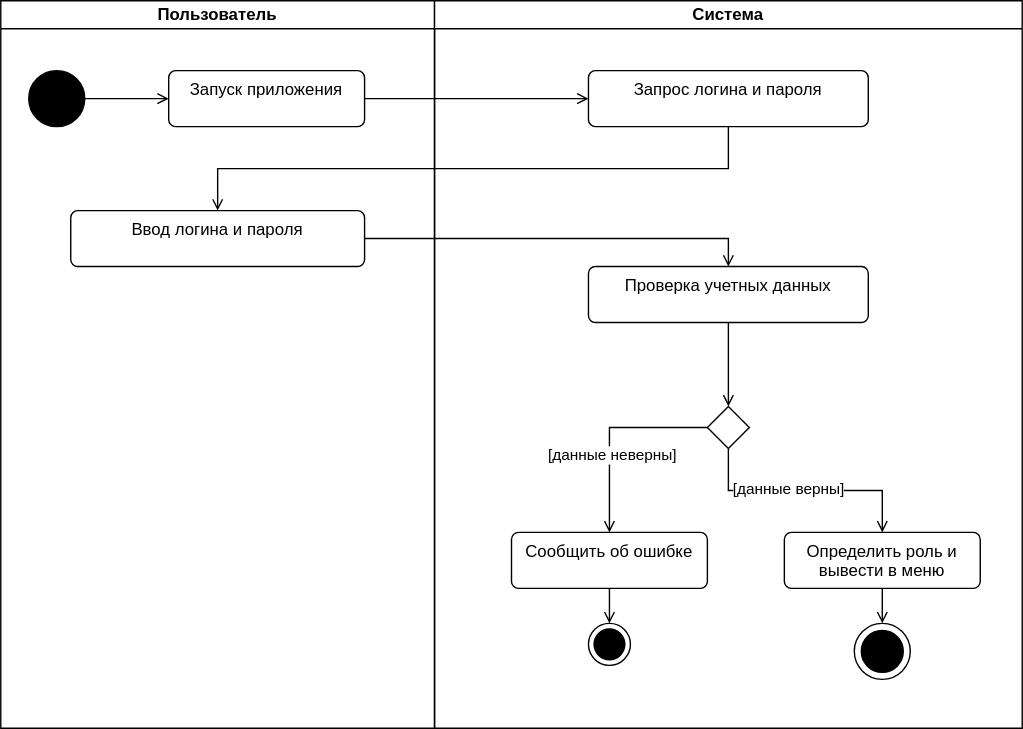
Above: blob/main/img/Sign in.drawio.svg in cin-tie/tpmp-lab4-uml (draw.io), before the change. Source tidied: cells renumbered, new cells last; positions are measured from the earlier drawing's top-left corner, leaving out a move shared by most shapes. The source it was exported from:
```xml
<mxGraphModel>
  <root>
    <mxCell id="0" />
    <mxCell id="1" parent="0" />
    <mxCell id="2" value="Пользователь" style="swimlane;startSize=20;whiteSpace=wrap;html=1;" parent="1" vertex="1">
      <mxGeometry width="310" height="520" as="geometry" />
    </mxCell>
    <mxCell id="3" style="shape=ellipse;html=1;fillColor=strokeColor;fontSize=18;fontColor=#ffffff;" parent="2" vertex="1">
      <mxGeometry x="20" y="50" width="40" height="40" as="geometry" />
    </mxCell>
    <mxCell id="4" value="Запуск приложения" style="html=1;align=center;verticalAlign=top;rounded=1;absoluteArcSize=1;arcSize=10;dashed=0;whiteSpace=wrap;" parent="2" vertex="1">
      <mxGeometry x="120" y="50" width="140" height="40" as="geometry" />
    </mxCell>
    <mxCell id="5" value="Ввод логина и пароля" style="html=1;align=center;verticalAlign=top;rounded=1;absoluteArcSize=1;arcSize=10;dashed=0;whiteSpace=wrap;" parent="2" vertex="1">
      <mxGeometry x="50" y="150" width="210" height="40" as="geometry" />
    </mxCell>
    <mxCell id="6" style="html=1;verticalAlign=top;labelBackgroundColor=none;endArrow=open;endFill=0;rounded=0;entryX=0;entryY=0.5;entryDx=0;entryDy=0;" parent="2" edge="1" source="3" target="4">
      <mxGeometry relative="1" as="geometry" />
    </mxCell>
    <mxCell id="7" value="Система" style="swimlane;startSize=20;whiteSpace=wrap;html=1;" parent="1" vertex="1">
      <mxGeometry x="310" width="420" height="520" as="geometry" />
    </mxCell>
    <mxCell id="8" value="Запрос логина и пароля" style="html=1;align=center;verticalAlign=top;rounded=1;absoluteArcSize=1;arcSize=10;dashed=0;whiteSpace=wrap;" parent="7" vertex="1">
      <mxGeometry x="110" y="50" width="200" height="40" as="geometry" />
    </mxCell>
    <mxCell id="9" value="Проверка учетных данных" style="html=1;align=center;verticalAlign=top;rounded=1;absoluteArcSize=1;arcSize=10;dashed=0;whiteSpace=wrap;" parent="7" vertex="1">
      <mxGeometry x="110" y="190" width="200" height="40" as="geometry" />
    </mxCell>
    <mxCell id="10" style="rhombus;" parent="7" vertex="1">
      <mxGeometry x="195" y="290" width="30" height="30" as="geometry" />
    </mxCell>
    <mxCell id="11" style="html=1;verticalAlign=top;labelBackgroundColor=none;endArrow=open;endFill=0;rounded=0;entryX=0.5;entryY=0;entryDx=0;entryDy=0;exitX=0.5;exitY=1;exitDx=0;exitDy=0;" parent="7" edge="1" source="9" target="10">
      <mxGeometry relative="1" as="geometry" />
    </mxCell>
    <mxCell id="12" style="ellipse;html=1;shape=endState;fillColor=strokeColor;" parent="7" vertex="1">
      <mxGeometry x="110" y="445" width="30" height="30" as="geometry" />
    </mxCell>
    <mxCell id="13" style="shape=mxgraph.sysml.actFinal;html=1;verticalLabelPosition=bottom;labelBackgroundColor=#ffffff;verticalAlign=top;" parent="7" vertex="1">
      <mxGeometry x="300" y="445" width="40" height="40" as="geometry" />
    </mxCell>
    <mxCell id="14" value="Сообщить об ошибке" style="html=1;align=center;verticalAlign=top;rounded=1;absoluteArcSize=1;arcSize=10;dashed=0;whiteSpace=wrap;" parent="7" vertex="1">
      <mxGeometry x="55" y="380" width="140" height="40" as="geometry" />
    </mxCell>
    <mxCell id="15" value="Определить роль и вывести в меню" style="html=1;align=center;verticalAlign=top;rounded=1;absoluteArcSize=1;arcSize=10;dashed=0;whiteSpace=wrap;" parent="7" vertex="1">
      <mxGeometry x="250" y="380" width="140" height="40" as="geometry" />
    </mxCell>
    <mxCell id="16" style="html=1;verticalAlign=top;labelBackgroundColor=none;endArrow=open;endFill=0;rounded=0;entryX=0.5;entryY=0;entryDx=0;entryDy=0;exitX=0;exitY=0.5;exitDx=0;exitDy=0;edgeStyle=orthogonalEdgeStyle;" parent="7" edge="1" source="10" target="14">
      <mxGeometry relative="1" as="geometry" />
    </mxCell>
    <mxCell id="17" value="[данные неверны]" style="edgeLabel;html=1;align=center;verticalAlign=middle;" parent="16" vertex="1">
      <mxGeometry x="0.22" y="1" relative="1" as="geometry" />
    </mxCell>
    <mxCell id="18" style="html=1;verticalAlign=top;labelBackgroundColor=none;endArrow=open;endFill=0;rounded=0;entryX=0.5;entryY=0;entryDx=0;entryDy=0;exitX=0.5;exitY=1;exitDx=0;exitDy=0;edgeStyle=orthogonalEdgeStyle;" parent="7" edge="1" source="10" target="15">
      <mxGeometry relative="1" as="geometry" />
    </mxCell>
    <mxCell id="19" value="[данные верны]" style="edgeLabel;html=1;align=center;verticalAlign=middle;" parent="18" vertex="1">
      <mxGeometry x="-0.15" y="2" relative="1" as="geometry" />
    </mxCell>
    <mxCell id="20" style="html=1;verticalAlign=top;labelBackgroundColor=none;endArrow=open;endFill=0;rounded=0;exitX=0.5;exitY=1;exitDx=0;exitDy=0;" parent="7" edge="1" source="15" target="13">
      <mxGeometry relative="1" as="geometry" />
    </mxCell>
    <mxCell id="21" style="html=1;verticalAlign=top;labelBackgroundColor=none;endArrow=open;endFill=0;rounded=0;exitX=0.5;exitY=1;exitDx=0;exitDy=0;" parent="7" edge="1" source="14" target="12">
      <mxGeometry relative="1" as="geometry" />
    </mxCell>
    <mxCell id="22" style="html=1;verticalAlign=top;labelBackgroundColor=none;endArrow=open;endFill=0;rounded=0;entryX=0;entryY=0.5;entryDx=0;entryDy=0;exitX=1;exitY=0.5;exitDx=0;exitDy=0;" parent="1" edge="1" source="4" target="8">
      <mxGeometry relative="1" as="geometry" />
    </mxCell>
    <mxCell id="23" style="html=1;verticalAlign=top;labelBackgroundColor=none;endArrow=open;endFill=0;rounded=0;entryX=0.5;entryY=0;entryDx=0;entryDy=0;exitX=0.5;exitY=1;exitDx=0;exitDy=0;edgeStyle=orthogonalEdgeStyle;" parent="1" edge="1" source="8" target="5">
      <mxGeometry relative="1" as="geometry" />
    </mxCell>
    <mxCell id="24" style="html=1;verticalAlign=top;labelBackgroundColor=none;endArrow=open;endFill=0;rounded=0;entryX=0.5;entryY=0;entryDx=0;entryDy=0;exitX=1;exitY=0.5;exitDx=0;exitDy=0;edgeStyle=orthogonalEdgeStyle;" parent="1" edge="1" source="5" target="9">
      <mxGeometry relative="1" as="geometry" />
    </mxCell>
  </root>
</mxGraphModel>
```
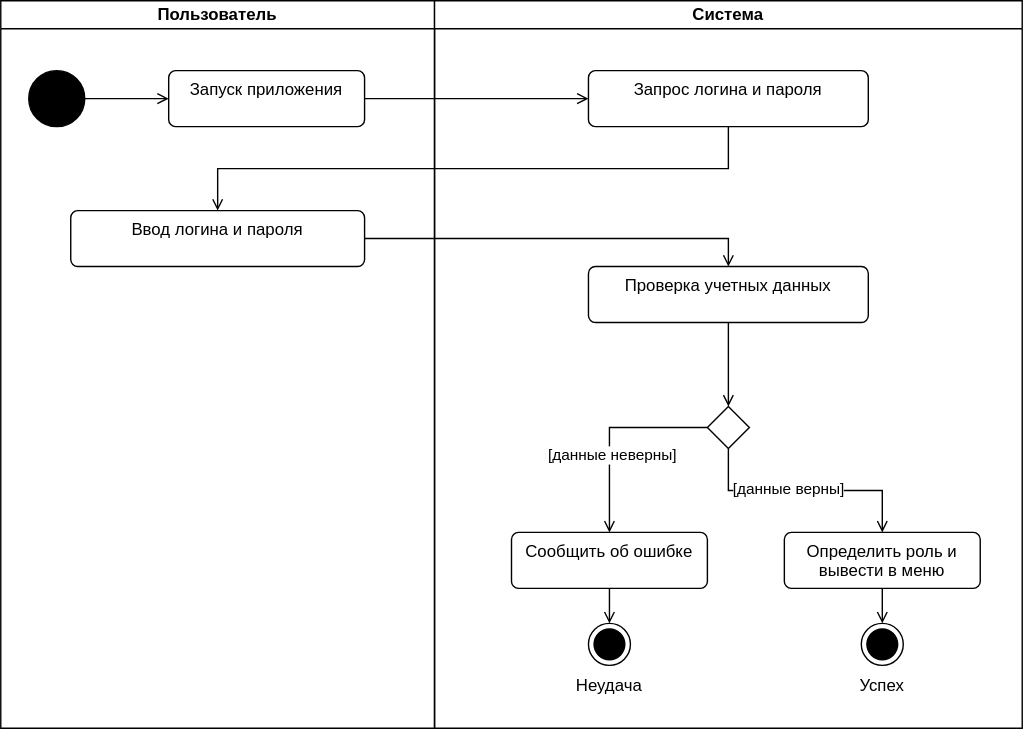
After the commit.

What changed in the source:
```diff
@@ -35,9 +35,6 @@
     <mxCell id="12" style="ellipse;html=1;shape=endState;fillColor=strokeColor;" parent="7" vertex="1">
       <mxGeometry x="110" y="445" width="30" height="30" as="geometry" />
     </mxCell>
-    <mxCell id="13" style="shape=mxgraph.sysml.actFinal;html=1;verticalLabelPosition=bottom;labelBackgroundColor=#ffffff;verticalAlign=top;" parent="7" vertex="1">
-      <mxGeometry x="300" y="445" width="40" height="40" as="geometry" />
-    </mxCell>
     <mxCell id="14" value="Сообщить об ошибке" style="html=1;align=center;verticalAlign=top;rounded=1;absoluteArcSize=1;arcSize=10;dashed=0;whiteSpace=wrap;" parent="7" vertex="1">
       <mxGeometry x="55" y="380" width="140" height="40" as="geometry" />
     </mxCell>
@@ -56,12 +53,21 @@
     <mxCell id="19" value="[данные верны]" style="edgeLabel;html=1;align=center;verticalAlign=middle;" parent="18" vertex="1">
       <mxGeometry x="-0.15" y="2" relative="1" as="geometry" />
     </mxCell>
-    <mxCell id="20" style="html=1;verticalAlign=top;labelBackgroundColor=none;endArrow=open;endFill=0;rounded=0;exitX=0.5;exitY=1;exitDx=0;exitDy=0;" parent="7" edge="1" source="15" target="13">
+    <mxCell id="20" style="html=1;verticalAlign=top;labelBackgroundColor=none;endArrow=open;endFill=0;rounded=0;exitX=0.5;exitY=1;exitDx=0;exitDy=0;" parent="7" edge="1" source="15" target="25">
       <mxGeometry relative="1" as="geometry" />
     </mxCell>
     <mxCell id="21" style="html=1;verticalAlign=top;labelBackgroundColor=none;endArrow=open;endFill=0;rounded=0;exitX=0.5;exitY=1;exitDx=0;exitDy=0;" parent="7" edge="1" source="14" target="12">
       <mxGeometry relative="1" as="geometry" />
     </mxCell>
+    <mxCell id="25" style="ellipse;html=1;shape=endState;fillColor=strokeColor;" parent="7" vertex="1">
+      <mxGeometry x="305" y="445" width="30" height="30" as="geometry" />
+    </mxCell>
+    <mxCell id="26" value="Неудача" style="text;html=1;whiteSpace=wrap;strokeColor=none;fillColor=none;align=center;verticalAlign=middle;rounded=0;" parent="7" vertex="1">
+      <mxGeometry x="95" y="475" width="60" height="30" as="geometry" />
+    </mxCell>
+    <mxCell id="27" value="Успех" style="text;html=1;whiteSpace=wrap;strokeColor=none;fillColor=none;align=center;verticalAlign=middle;rounded=0;" parent="7" vertex="1">
+      <mxGeometry x="290" y="475" width="60" height="30" as="geometry" />
+    </mxCell>
     <mxCell id="22" style="html=1;verticalAlign=top;labelBackgroundColor=none;endArrow=open;endFill=0;rounded=0;entryX=0;entryY=0.5;entryDx=0;entryDy=0;exitX=1;exitY=0.5;exitDx=0;exitDy=0;" parent="1" edge="1" source="4" target="8">
       <mxGeometry relative="1" as="geometry" />
     </mxCell>
```
